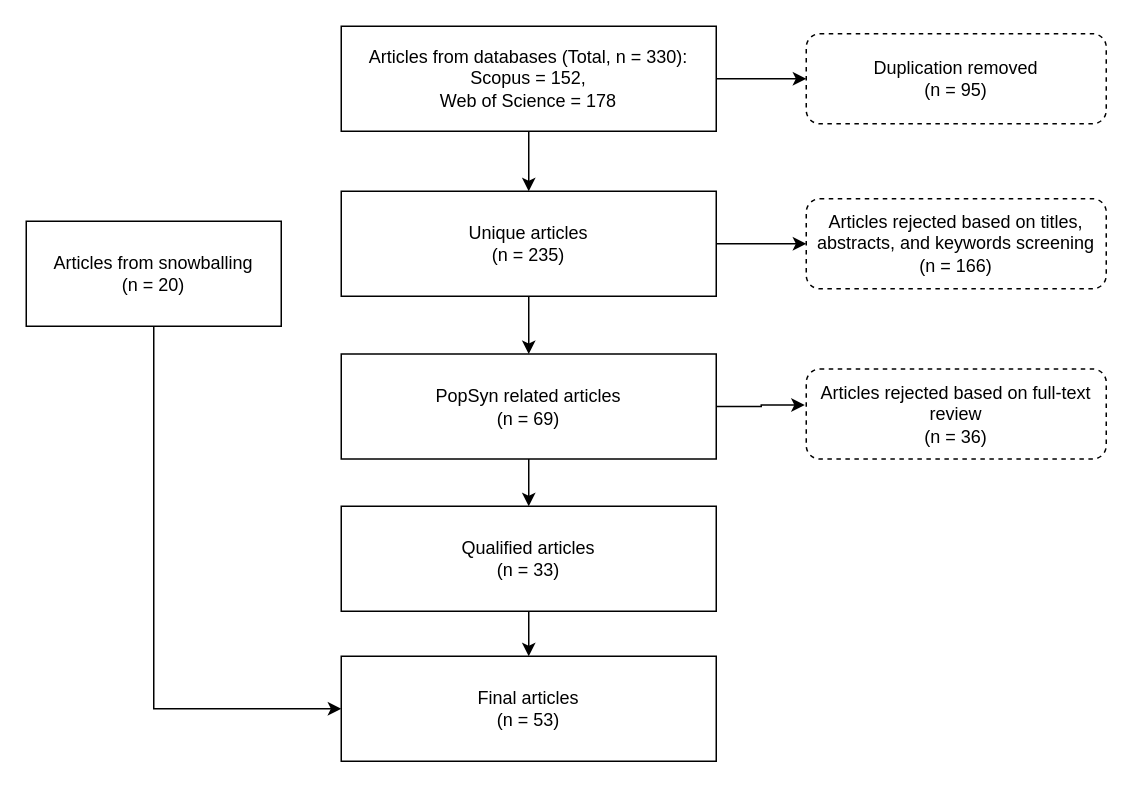
Earlier version of the draw.io diagram general_drawio/PRISMA_Review_POPSYN.drawio (bobkatla/PopSyn_Monash). Source tidied: cells renumbered, new cells numbered last; positions are measured from the earlier drawing's top-left corner, leaving out a move shared by most shapes. Both pictures are drawn from the tidied source at 150%, with x=0, y=0 at pixel (26, 26).
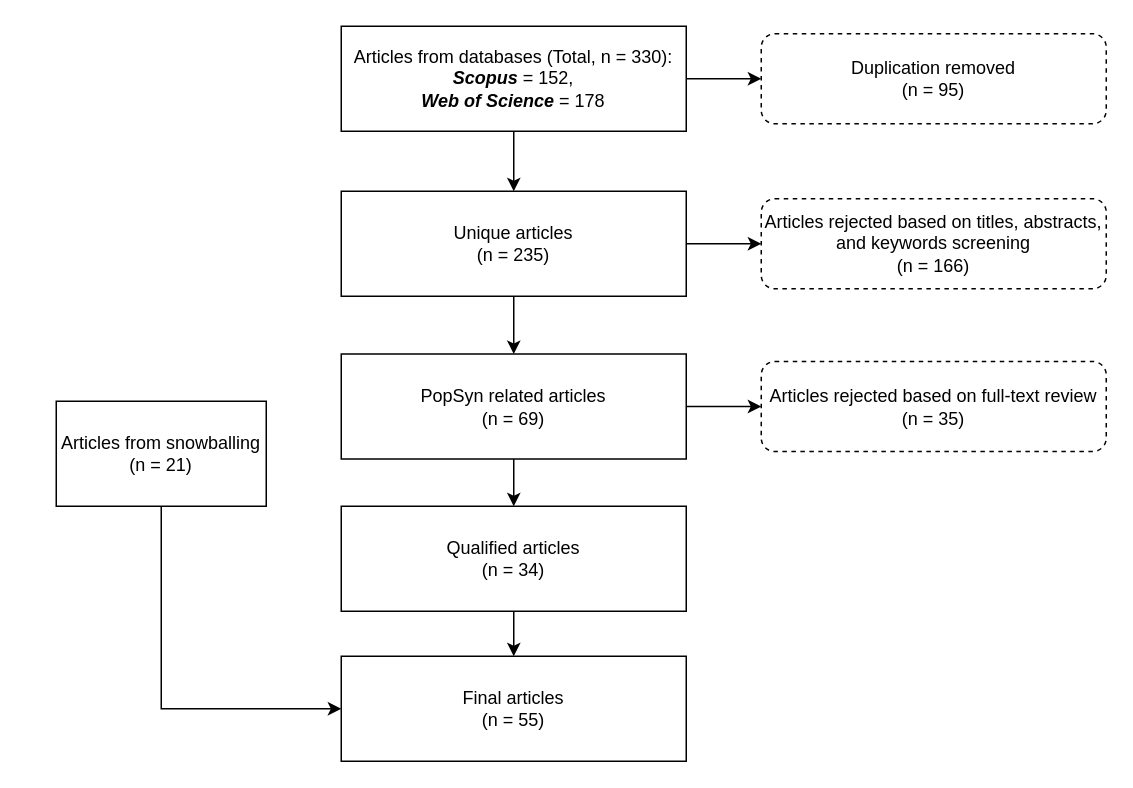
The same page after the edit.

The edit, as a diff of the source:
```diff
@@
-    <mxCell id="4" value="Articles from databases (Total, n = 330):&lt;br&gt;Scopus = 152,&lt;div&gt;Web of Science = 178&lt;/div&gt;" style="rounded=0;whiteSpace=wrap;html=1;" parent="1" vertex="1">
-      <mxGeometry x="210" width="250" height="70" as="geometry" />
+    <mxCell id="4" value="Articles from databases (Total, n = 330):&lt;br&gt;&lt;b&gt;&lt;i&gt;Scopus &lt;/i&gt;&lt;/b&gt;= 152,&lt;div&gt;&lt;b&gt;&lt;i&gt;Web of Science&lt;/i&gt;&lt;/b&gt; = 178&lt;/div&gt;" style="rounded=0;whiteSpace=wrap;html=1;" parent="1" vertex="1">
+      <mxGeometry x="210" width="230" height="70" as="geometry" />
     </mxCell>
@@
     <mxCell id="7" value="Unique articles&lt;br&gt;(n = 235)" style="rounded=0;whiteSpace=wrap;html=1;" parent="1" vertex="1">
-      <mxGeometry x="210" y="110" width="250" height="70" as="geometry" />
+      <mxGeometry x="210" y="110" width="230" height="70" as="geometry" />
     </mxCell>
     <mxCell id="8" value="Duplication removed&lt;br&gt;(n = 95)" style="rounded=1;whiteSpace=wrap;html=1;dashed=1;" parent="1" vertex="1">
-      <mxGeometry x="520" y="5" width="200" height="60" as="geometry" />
+      <mxGeometry x="490" y="5" width="230" height="60" as="geometry" />
     </mxCell>
     <mxCell id="9" value="Articles rejected based on titles, abstracts, and keywords screening&lt;br&gt;(n = 166)" style="rounded=1;whiteSpace=wrap;html=1;dashed=1;" parent="1" vertex="1">
-      <mxGeometry x="520" y="115" width="200" height="60" as="geometry" />
+      <mxGeometry x="490" y="115" width="230" height="60" as="geometry" />
     </mxCell>
@@
+    <mxCell id="18" style="edgeStyle=orthogonalEdgeStyle;rounded=0;jettySize=auto;html=1;entryX=0;entryY=0.5;entryDx=0;entryDy=0;" parent="1" edge="1" source="11" target="14">
+      <mxGeometry relative="1" as="geometry" />
+    </mxCell>
     <mxCell id="11" value="PopSyn related articles&lt;br&gt;(n = 69)" style="rounded=0;whiteSpace=wrap;html=1;" parent="1" vertex="1">
-      <mxGeometry x="210" y="218.5" width="250" height="70" as="geometry" />
+      <mxGeometry x="210" y="218.5" width="230" height="70" as="geometry" />
     </mxCell>
@@
-    <mxCell id="13" value="Qualified articles&lt;br&gt;(n = 33)" style="rounded=0;whiteSpace=wrap;html=1;" parent="1" vertex="1">
-      <mxGeometry x="210" y="320" width="250" height="70" as="geometry" />
+    <mxCell id="13" value="Qualified articles&lt;br&gt;(n = 34)" style="rounded=0;whiteSpace=wrap;html=1;" parent="1" vertex="1">
+      <mxGeometry x="210" y="320" width="230" height="70" as="geometry" />
     </mxCell>
-    <mxCell id="14" value="Articles rejected based on full-text review&lt;br&gt;(n = 36)" style="rounded=1;whiteSpace=wrap;html=1;dashed=1;" parent="1" vertex="1">
-      <mxGeometry x="520" y="228.5" width="200" height="60" as="geometry" />
+    <mxCell id="14" value="Articles rejected based on full-text review&lt;br&gt;(n = 35)" style="rounded=1;whiteSpace=wrap;html=1;dashed=1;" parent="1" vertex="1">
+      <mxGeometry x="490" y="223.5" width="230" height="60" as="geometry" />
     </mxCell>
     <mxCell id="15" style="edgeStyle=orthogonalEdgeStyle;rounded=0;jettySize=auto;html=1;entryX=0;entryY=0.5;entryDx=0;entryDy=0;" parent="1" edge="1" source="16" target="17">
       <mxGeometry relative="1" as="geometry">
         <Array as="points">
-          <mxPoint x="85" y="455" />
+          <mxPoint x="90" y="455" />
         </Array>
       </mxGeometry>
     </mxCell>
-    <mxCell id="16" value="Articles from snowballing&lt;br&gt;(n = 20)" style="rounded=0;whiteSpace=wrap;html=1;" parent="1" vertex="1">
-      <mxGeometry y="130" width="170" height="70" as="geometry" />
+    <mxCell id="16" value="Articles from snowballing&lt;div&gt;(n = 21)&lt;/div&gt;" style="rounded=0;whiteSpace=wrap;html=1;" parent="1" vertex="1">
+      <mxGeometry x="20" y="250" width="140" height="70" as="geometry" />
     </mxCell>
-    <mxCell id="17" value="Final articles&lt;br&gt;(n = 53)" style="rounded=0;whiteSpace=wrap;html=1;" parent="1" vertex="1">
-      <mxGeometry x="210" y="420" width="250" height="70" as="geometry" />
+    <mxCell id="17" value="Final articles&lt;br&gt;(n = 55)" style="rounded=0;whiteSpace=wrap;html=1;" parent="1" vertex="1">
+      <mxGeometry x="210" y="420" width="230" height="70" as="geometry" />
     </mxCell>
-    <mxCell id="18" style="edgeStyle=orthogonalEdgeStyle;rounded=0;jettySize=auto;html=1;entryX=-0.005;entryY=0.4;entryDx=0;entryDy=0;entryPerimeter=0;" parent="1" edge="1" source="11" target="14">
-      <mxGeometry relative="1" as="geometry" />
-    </mxCell>
```
